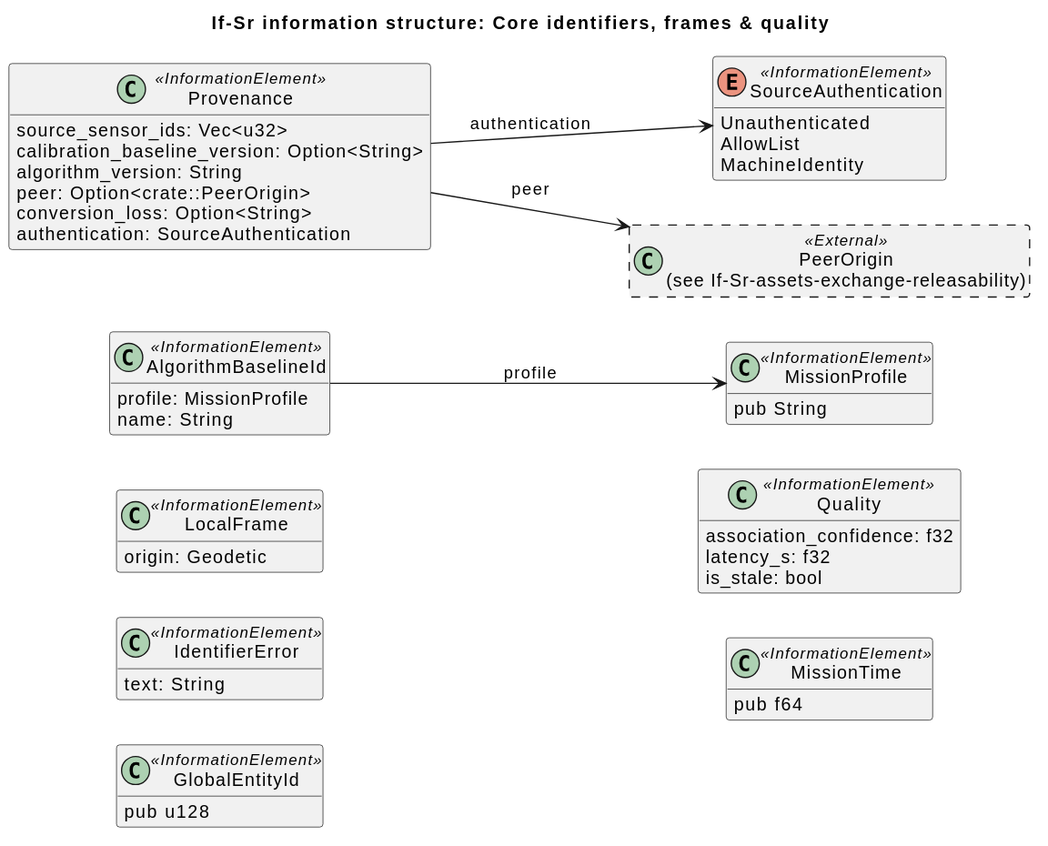
The PlantUML diagram docs/architecture/uaf/rendered/information/If-Sr-core-identifiers-frames-quality.svg in WayneRoessling/gungnir, before a commit.
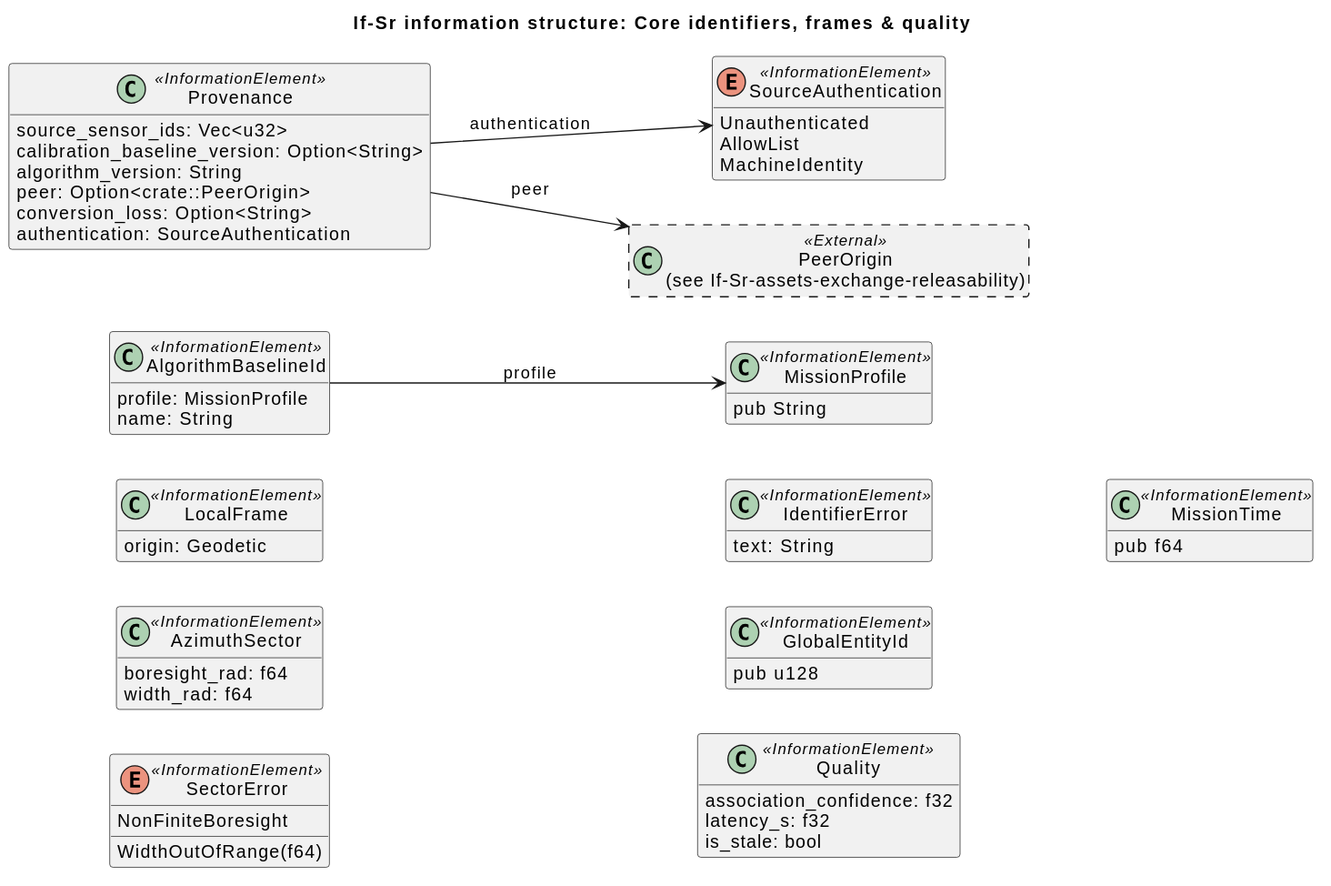
After the change.

The edit, as a diff of the source:
```diff
@@ -5,6 +5,14 @@
 skinparam classAttributeIconSize 0
 class "LocalFrame" as LocalFrame <<InformationElement>> {
   origin: Geodetic
+}
+class "AzimuthSector" as AzimuthSector <<InformationElement>> {
+  boresight_rad: f64
+  width_rad: f64
+}
+enum "SectorError" as SectorError <<InformationElement>> {
+  NonFiniteBoresight
+  WidthOutOfRange(f64)
 }
 class "IdentifierError" as IdentifierError <<InformationElement>> {
   text: String
```
